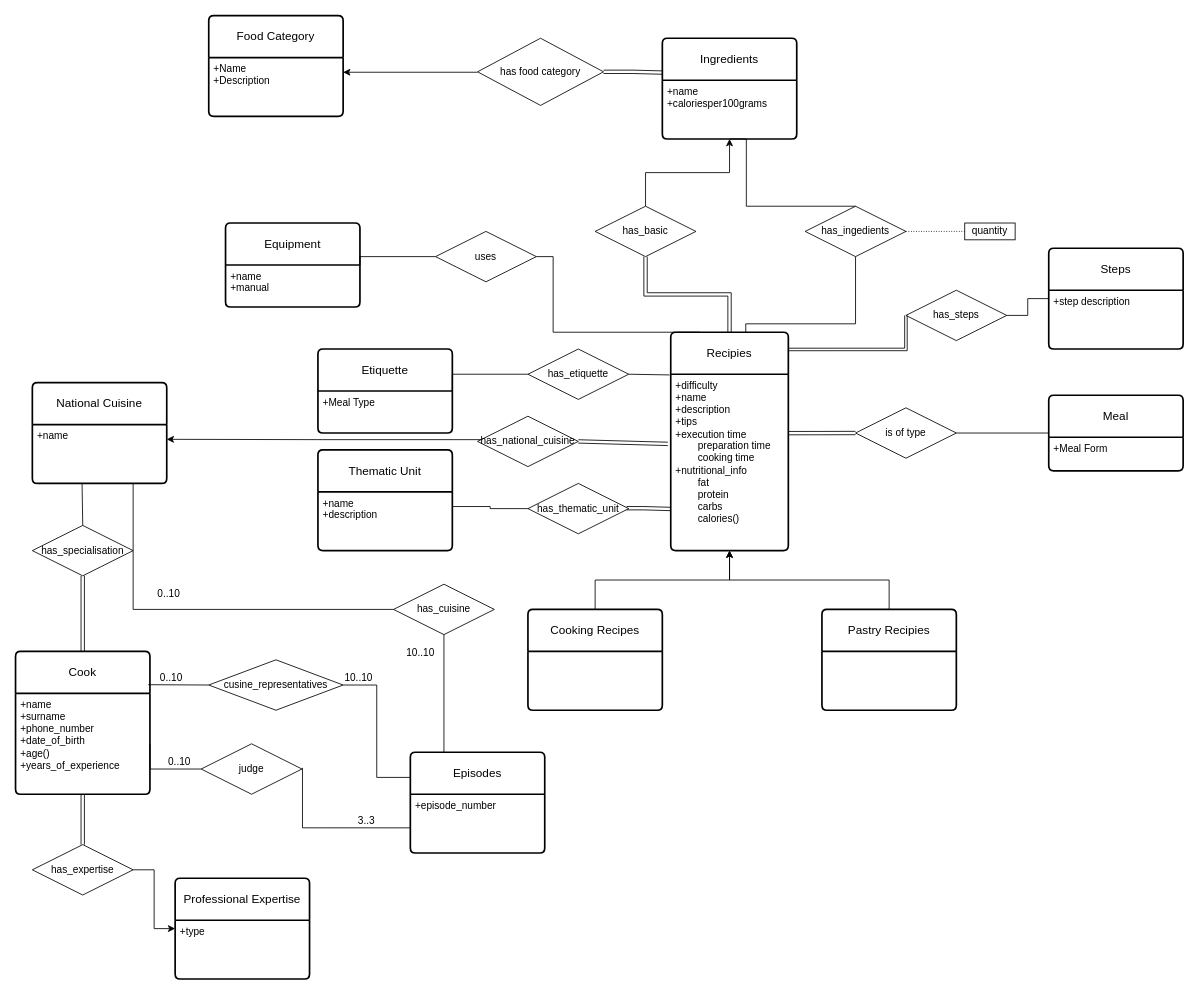
Earlier version of the draw.io diagram ER_Diagram.drawio (konstantinosk31/Databases-I-NTUA). Source tidied: cells renumbered, new cells numbered last; positions are measured from the earlier drawing's top-left corner, leaving out a move shared by most shapes. Both pictures are drawn from the tidied source at 84%, with x=0, y=0 at pixel (15, 15).
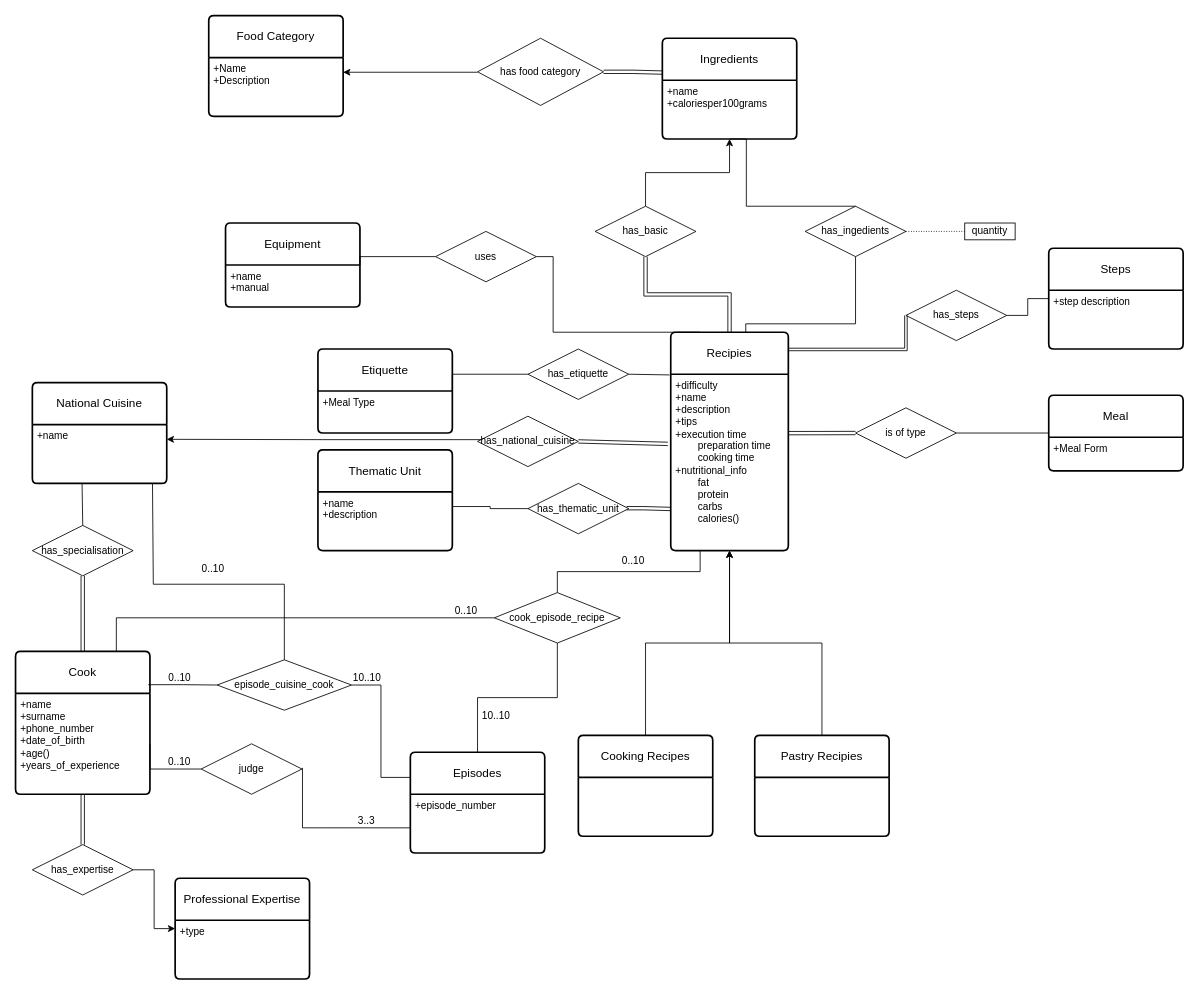
The same page after the edit.

Unchanged cells that the change refers to:
```xml
<mxCell id="3" value="&lt;div&gt;+difficulty&lt;/div&gt;&lt;div&gt;+name&lt;/div&gt;&lt;div&gt;+description&lt;/div&gt;&lt;div&gt;+tips&lt;/div&gt;&lt;div&gt;+execution time&lt;/div&gt;&lt;div&gt;&lt;span style=&quot;white-space: pre;&quot;&gt;&#9;&lt;/span&gt;preparation time&lt;br&gt;&lt;/div&gt;&lt;div&gt;&lt;span style=&quot;white-space: pre;&quot;&gt;&#9;&lt;/span&gt;cooking time&lt;br&gt;&lt;/div&gt;&lt;div&gt;+nutritional_info&lt;/div&gt;&lt;div&gt;&lt;span style=&quot;white-space: pre;&quot;&gt;&#9;&lt;/span&gt;fat&lt;br&gt;&lt;/div&gt;&lt;div&gt;&lt;span style=&quot;white-space: pre;&quot;&gt;&lt;span style=&quot;white-space: pre;&quot;&gt;&#9;&lt;/span&gt;protein&#9;&lt;/span&gt;&lt;/div&gt;&lt;div&gt;&lt;span style=&quot;white-space: pre;&quot;&gt;&#9;&lt;/span&gt;carbs&lt;br&gt;&lt;/div&gt;&lt;div&gt;&lt;span style=&quot;white-space: pre;&quot;&gt;&#9;&lt;/span&gt;calories()&lt;br&gt;&lt;/div&gt;&lt;div&gt;&lt;span style=&quot;white-space: pre;&quot;&gt;&#9;&lt;/span&gt;&lt;br&gt;&lt;/div&gt;" style="align=left;strokeColor=none;fillColor=none;spacingLeft=4;fontSize=12;verticalAlign=top;html=1;" parent="2" vertex="1">
  <mxGeometry y="50" width="140" height="210" as="geometry" />
</mxCell>
<mxCell id="49" value="Cook" style="swimlane;horizontal=1;startSize=50;rounded=1;fontSize=14;fontStyle=0;strokeWidth=2;shadow=0;dashed=0;align=center;arcSize=4;whiteSpace=wrap;html=1;" parent="1" vertex="1">
  <mxGeometry y="757" width="160" height="170" as="geometry" />
</mxCell>
<mxCell id="52" value="+name" style="align=left;strokeColor=none;fillColor=none;spacingLeft=4;fontSize=12;verticalAlign=top;html=1;" parent="51" vertex="1">
  <mxGeometry y="50" width="160" height="70" as="geometry" />
</mxCell>
<mxCell id="64" value="Episodes" style="swimlane;horizontal=1;startSize=50;rounded=1;fontSize=14;fontStyle=0;strokeWidth=2;shadow=0;dashed=0;align=center;arcSize=4;whiteSpace=wrap;html=1;" parent="1" vertex="1">
  <mxGeometry x="470" y="877" width="160" height="120" as="geometry" />
</mxCell>
```

Diff of the diagram source:
```diff
@@
     <mxCell id="5" value="Cooking Recipes" style="swimlane;horizontal=1;startSize=50;rounded=1;fontSize=14;fontStyle=0;strokeWidth=2;shadow=0;dashed=0;align=center;arcSize=4;whiteSpace=wrap;html=1;" parent="1" vertex="1">
-      <mxGeometry x="610" y="707" width="160" height="120" as="geometry" />
+      <mxGeometry x="670" y="857" width="160" height="120" as="geometry" />
     </mxCell>
@@
     <mxCell id="7" value="Pastry Recipies" style="swimlane;horizontal=1;startSize=50;rounded=1;fontSize=14;fontStyle=0;strokeWidth=2;shadow=0;dashed=0;align=center;arcSize=4;whiteSpace=wrap;html=1;" parent="1" vertex="1">
-      <mxGeometry x="960" y="707" width="160" height="120" as="geometry" />
+      <mxGeometry x="880" y="857" width="160" height="120" as="geometry" />
     </mxCell>
@@
-    <mxCell id="71" value="cusine_representatives" style="shape=rhombus;perimeter=rhombusPerimeter;whiteSpace=wrap;html=1;align=center;" parent="1" vertex="1">
-      <mxGeometry x="230" y="767" width="160" height="60" as="geometry" />
+    <mxCell id="71" value="episode_cuisine_cook" style="shape=rhombus;perimeter=rhombusPerimeter;whiteSpace=wrap;html=1;align=center;" parent="1" vertex="1">
+      <mxGeometry x="240" y="767" width="160" height="60" as="geometry" />
     </mxCell>
@@
-    <mxCell id="74" style="endArrow=none;html=1;rounded=0;exitX=0.988;exitY=0.233;exitDx=0;exitDy=0;exitPerimeter=0;entryX=0;entryY=0.5;entryDx=0;entryDy=0;" parent="1" edge="1" source="49" target="71">
+    <mxCell id="74" style="endArrow=none;html=1;rounded=0;exitX=0.988;exitY=0.233;exitDx=0;exitDy=0;exitPerimeter=0;entryX=0;entryY=0.5;entryDx=0;entryDy=0;edgeStyle=orthogonalEdgeStyle;" parent="1" edge="1" source="49" target="71">
       <mxGeometry relative="1" as="geometry" />
     </mxCell>
@@
-    <mxCell id="76" value="has_cuisine" style="shape=rhombus;perimeter=rhombusPerimeter;whiteSpace=wrap;html=1;align=center;" parent="1" vertex="1">
-      <mxGeometry x="450" y="677" width="120" height="60" as="geometry" />
-    </mxCell>
-    <mxCell id="77" style="endArrow=none;html=1;rounded=0;entryX=0.5;entryY=1;entryDx=0;entryDy=0;exitX=0.25;exitY=0;exitDx=0;exitDy=0;edgeStyle=orthogonalEdgeStyle;" parent="1" edge="1" source="64" target="76">
-      <mxGeometry relative="1" as="geometry" />
-    </mxCell>
+    <mxCell id="81" style="endArrow=none;html=1;rounded=0;entryX=0.5;entryY=0;entryDx=0;entryDy=0;edgeStyle=orthogonalEdgeStyle;exitX=0.894;exitY=0.998;exitDx=0;exitDy=0;exitPerimeter=0;" parent="1" edge="1" source="52" target="71">
+      <mxGeometry relative="1" as="geometry">
+        <Array as="points">
+          <mxPoint x="164" y="677" />
+          <mxPoint x="320" y="677" />
+        </Array>
+      </mxGeometry>
+    </mxCell>
+    <mxCell id="82" value="0..10" style="html=1;whiteSpace=wrap;align=left;verticalAlign=bottom;" parent="81" vertex="1">
+      <mxGeometry x="-1" relative="1" as="geometry">
+        <mxPoint x="57" y="110" as="offset" />
+      </mxGeometry>
+    </mxCell>
+    <mxCell id="83" value="cook_episode_recipe" style="shape=rhombus;perimeter=rhombusPerimeter;whiteSpace=wrap;html=1;align=center;" parent="1" vertex="1">
+      <mxGeometry x="570" y="687" width="150" height="60" as="geometry" />
+    </mxCell>
+    <mxCell id="84" style="endArrow=none;html=1;rounded=0;entryX=0.5;entryY=0;entryDx=0;entryDy=0;exitX=0.5;exitY=1;exitDx=0;exitDy=0;edgeStyle=orthogonalEdgeStyle;" parent="1" edge="1" source="83" target="64">
+      <mxGeometry relative="1" as="geometry" />
+    </mxCell>
-    <mxCell id="78" value="10..10" style="html=1;whiteSpace=wrap;align=right;verticalAlign=bottom;" parent="77" vertex="1">
+    <mxCell id="78" value="10..10" style="html=1;whiteSpace=wrap;align=right;verticalAlign=bottom;" parent="84" vertex="1">
       <mxGeometry x="1" relative="1" as="geometry">
-        <mxPoint x="-10" y="30" as="offset" />
+        <mxPoint x="40" y="-35" as="offset" />
       </mxGeometry>
     </mxCell>
-    <mxCell id="79" style="endArrow=none;html=1;rounded=0;edgeStyle=orthogonalEdgeStyle;entryX=0;entryY=0.5;entryDx=0;entryDy=0;exitX=0.75;exitY=1;exitDx=0;exitDy=0;" parent="1" edge="1" source="52" target="76">
-      <mxGeometry relative="1" as="geometry" />
-    </mxCell>
-    <mxCell id="80" value="0..10" style="html=1;whiteSpace=wrap;align=right;verticalAlign=bottom;" parent="79" vertex="1">
-      <mxGeometry x="1" relative="1" as="geometry">
-        <mxPoint x="-253" y="-10" as="offset" />
-      </mxGeometry>
-    </mxCell>
+    <mxCell id="85" style="endArrow=none;html=1;rounded=0;edgeStyle=orthogonalEdgeStyle;entryX=0.25;entryY=1;entryDx=0;entryDy=0;exitX=0.5;exitY=0;exitDx=0;exitDy=0;" parent="1" edge="1" source="83" target="3">
+      <mxGeometry relative="1" as="geometry" />
+    </mxCell>
+    <mxCell id="86" value="0..10" style="html=1;whiteSpace=wrap;align=right;verticalAlign=bottom;" parent="85" vertex="1">
+      <mxGeometry x="1" relative="1" as="geometry">
+        <mxPoint x="-65" y="20" as="offset" />
+      </mxGeometry>
+    </mxCell>
+    <mxCell id="87" style="endArrow=none;html=1;rounded=0;edgeStyle=orthogonalEdgeStyle;entryX=0;entryY=0.5;entryDx=0;entryDy=0;exitX=0.75;exitY=0;exitDx=0;exitDy=0;" parent="1" edge="1" source="49" target="83">
+      <mxGeometry relative="1" as="geometry" />
+    </mxCell>
+    <mxCell id="88" value="0..10" style="html=1;whiteSpace=wrap;align=right;verticalAlign=bottom;" parent="87" vertex="1">
+      <mxGeometry x="1" relative="1" as="geometry">
+        <mxPoint x="-19" as="offset" />
+      </mxGeometry>
+    </mxCell>
```
